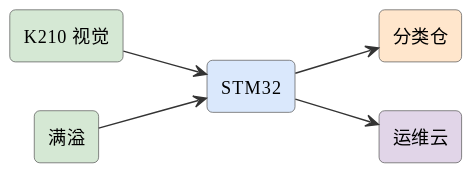
This is assets/diagrams/ideas-fig89.svg from mingyi0818/IntelligentMcuCourse, a PlantUML export, as it was before one commit. Its diagram source:
```plantuml
@startuml
skinparam defaultFontName "Microsoft YaHei"
skinparam rectangleRoundCorner 8
skinparam rectangleBorderColor #555
skinparam rectangleFontSize 13
skinparam arrowFontSize 11
skinparam arrowColor #333
left to right direction
rectangle "K210 视觉" as cam #d5e8d4
rectangle "STM32" as stm #dae8fc
rectangle "分类仓" as bin #ffe6cc
rectangle "满溢" as fill #d5e8d4
rectangle "运维云" as cloud #e1d5e8
cam --> stm
stm --> bin
fill --> stm
stm --> cloud
@enduml
```
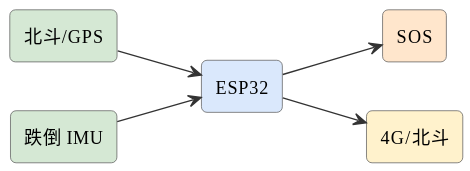
After the commit.

The edit, as a diff of the source:
```diff
@@ -6,13 +6,13 @@
 skinparam arrowFontSize 11
 skinparam arrowColor #333
 left to right direction
-rectangle "K210 视觉" as cam #d5e8d4
-rectangle "STM32" as stm #dae8fc
-rectangle "分类仓" as bin #ffe6cc
-rectangle "满溢" as fill #d5e8d4
-rectangle "运维云" as cloud #e1d5e8
-cam --> stm
-stm --> bin
-fill --> stm
-stm --> cloud
+rectangle "北斗/GPS" as gps #d5e8d4
+rectangle "跌倒 IMU" as imu #d5e8d4
+rectangle "ESP32" as esp #dae8fc
+rectangle "SOS" as sos #ffe6cc
+rectangle "4G/北斗" as g #fff2cc
+gps --> esp
+imu --> esp
+esp --> sos
+esp --> g
 @enduml
```
